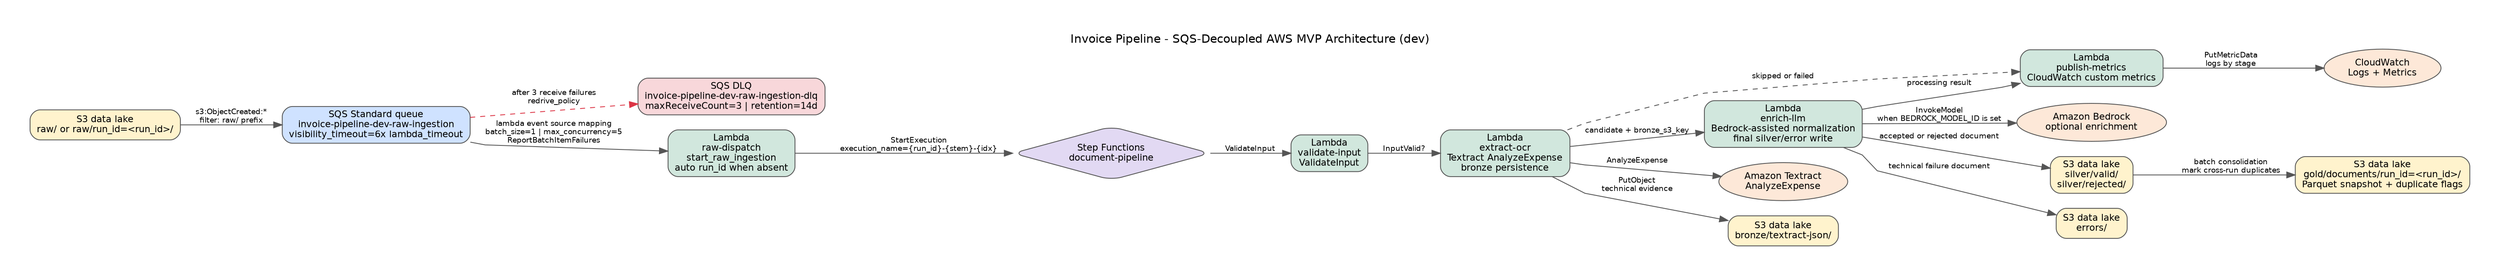
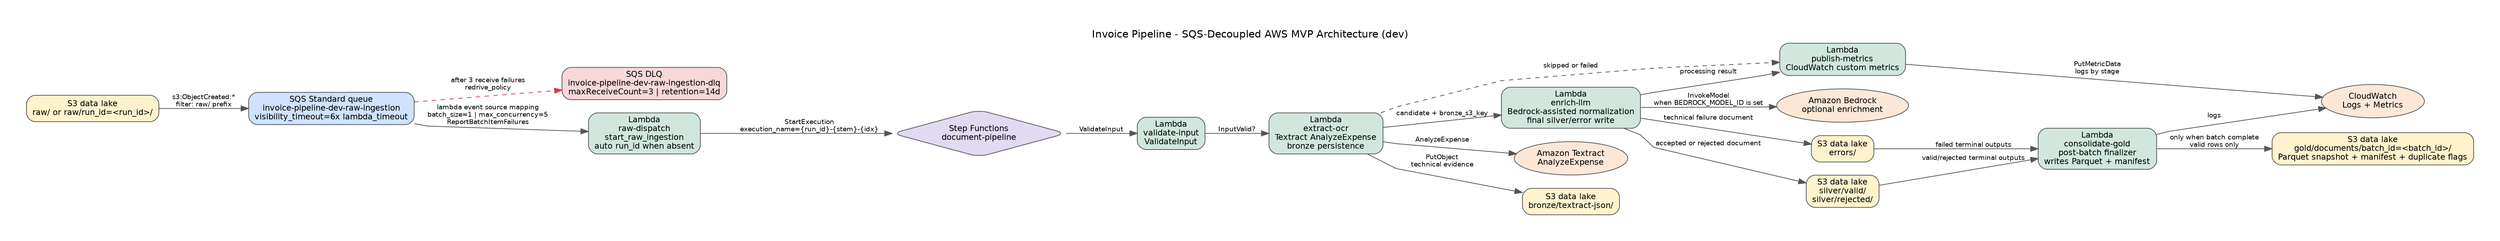
digraph invoice_pipeline_dev {
    graph [
        rankdir  = LR
        fontname = "Helvetica"
        label    = "Invoice Pipeline - SQS-Decoupled AWS MVP Architecture (dev)"
        labelloc = t
        pad      = 0.5
        splines  = polyline
    ]

    node [
        fontname  = "Helvetica"
        fontsize  = 11
        shape     = box
        style     = "rounded,filled"
        fillcolor = "#f5f5f5"
        color     = "#555555"
    ]

    edge [
        fontname = "Helvetica"
        fontsize = 9
        color    = "#555555"
    ]

    s3_raw [
        label     = "S3 data lake\nraw/ or raw/run_id=<run_id>/"
        fillcolor = "#fff3cd"
    ]

    sqs_raw [
        label     = "SQS Standard queue\ninvoice-pipeline-dev-raw-ingestion\nvisibility_timeout=6x lambda_timeout"
        fillcolor = "#cfe2ff"
    ]

    sqs_dlq [
        label     = "SQS DLQ\ninvoice-pipeline-dev-raw-ingestion-dlq\nmaxReceiveCount=3 | retention=14d"
        fillcolor = "#f8d7da"
    ]

    raw_dispatch [
        label     = "Lambda\nraw-dispatch\nstart_raw_ingestion\nauto run_id when absent"
        fillcolor = "#d1e7dd"
    ]

    sfn [
        label     = "Step Functions\ndocument-pipeline"
        shape     = diamond
        fillcolor = "#e2d9f3"
    ]

    validate [
        label     = "Lambda\nvalidate-input\nValidateInput"
        fillcolor = "#d1e7dd"
    ]

    extract_ocr [
        label     = "Lambda\nextract-ocr\nTextract AnalyzeExpense\nbronze persistence"
        fillcolor = "#d1e7dd"
    ]

    enrich_llm [
        label     = "Lambda\nenrich-llm\nBedrock-assisted normalization\nfinal silver/error write"
        fillcolor = "#d1e7dd"
    ]

    publish_metrics [
        label     = "Lambda\npublish-metrics\nCloudWatch custom metrics"
        fillcolor = "#d1e7dd"
    ]

+     consolidate_gold [
+         label     = "Lambda\nconsolidate-gold\npost-batch finalizer\nwrites Parquet + manifest"
+         fillcolor = "#d1e7dd"
+     ]
+ 
    textract [
        label     = "Amazon Textract\nAnalyzeExpense"
        shape     = ellipse
        fillcolor = "#fde8d8"
    ]

    bedrock [
        label     = "Amazon Bedrock\noptional enrichment"
        shape     = ellipse
        fillcolor = "#fde8d8"
    ]

    cloudwatch [
        label     = "CloudWatch\nLogs + Metrics"
        shape     = ellipse
        fillcolor = "#fde8d8"
    ]

    s3_bronze [
        label     = "S3 data lake\nbronze/textract-json/"
        fillcolor = "#fff3cd"
    ]

    s3_silver [
        label     = "S3 data lake\nsilver/valid/\nsilver/rejected/"
        fillcolor = "#fff3cd"
    ]

    s3_errors [
        label     = "S3 data lake\nerrors/"
        fillcolor = "#fff3cd"
    ]

    s3_gold [
-         label     = "S3 data lake\ngold/documents/run_id=<run_id>/\nParquet snapshot + duplicate flags"
+         label     = "S3 data lake\ngold/documents/batch_id=<batch_id>/\nParquet snapshot + manifest + duplicate flags"
        fillcolor = "#fff3cd"
    ]

    s3_raw          -> sqs_raw         [label="s3:ObjectCreated:*\nfilter: raw/ prefix"]
    sqs_raw         -> sqs_dlq         [label="after 3 receive failures\nredrive_policy" style=dashed color="#dc3545"]
    sqs_raw         -> raw_dispatch    [label="lambda event source mapping\nbatch_size=1 | max_concurrency=5\nReportBatchItemFailures"]
    raw_dispatch    -> sfn             [label="StartExecution\nexecution_name={run_id}-{stem}-{idx}"]
    sfn             -> validate        [label="ValidateInput"]
    validate        -> extract_ocr     [label="InputValid?"]
    extract_ocr     -> textract        [label="AnalyzeExpense"]
    extract_ocr     -> s3_bronze       [label="PutObject\ntechnical evidence"]
    extract_ocr     -> publish_metrics [label="skipped or failed" style=dashed]
    extract_ocr     -> enrich_llm      [label="candidate + bronze_s3_key"]
    enrich_llm      -> bedrock         [label="InvokeModel\nwhen BEDROCK_MODEL_ID is set"]
    enrich_llm      -> s3_silver       [label="accepted or rejected document"]
    enrich_llm      -> s3_errors       [label="technical failure document"]
    enrich_llm      -> publish_metrics [label="processing result"]
    publish_metrics -> cloudwatch      [label="PutMetricData\nlogs by stage"]
-     s3_silver       -> s3_gold         [label="batch consolidation\nmark cross-run duplicates"]
+     s3_silver       -> consolidate_gold [label="valid/rejected terminal outputs"]
+     s3_errors       -> consolidate_gold [label="failed terminal outputs"]
+     consolidate_gold -> s3_gold        [label="only when batch complete\nvalid rows only"]
+     consolidate_gold -> cloudwatch     [label="logs"]
}
